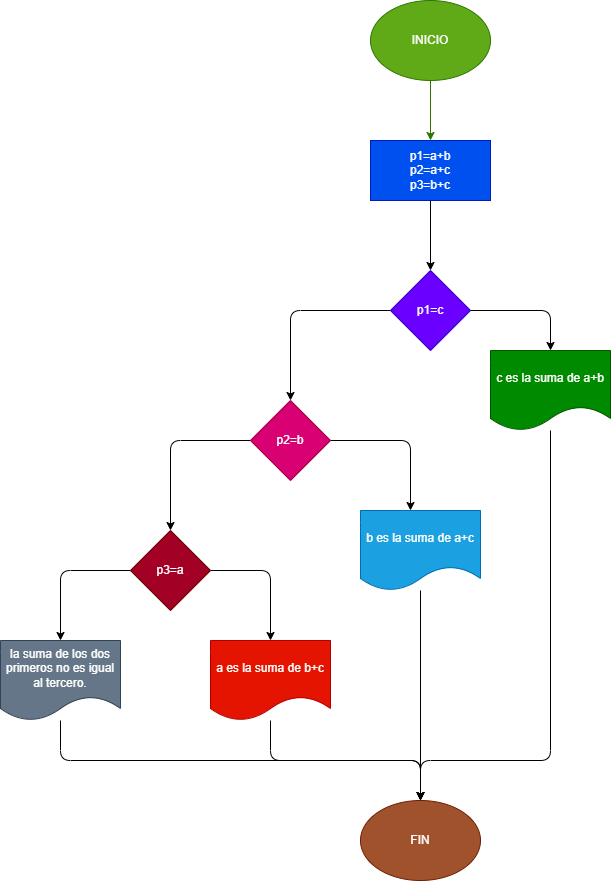
Above: ejercicio7/diagrama.png in lisethcorrea/taller_condicionales_ejercicios (draw.io), before the change. Source tidied: cells renumbered, new cells last; positions are measured from the earlier drawing's top-left corner, leaving out a move shared by most shapes.
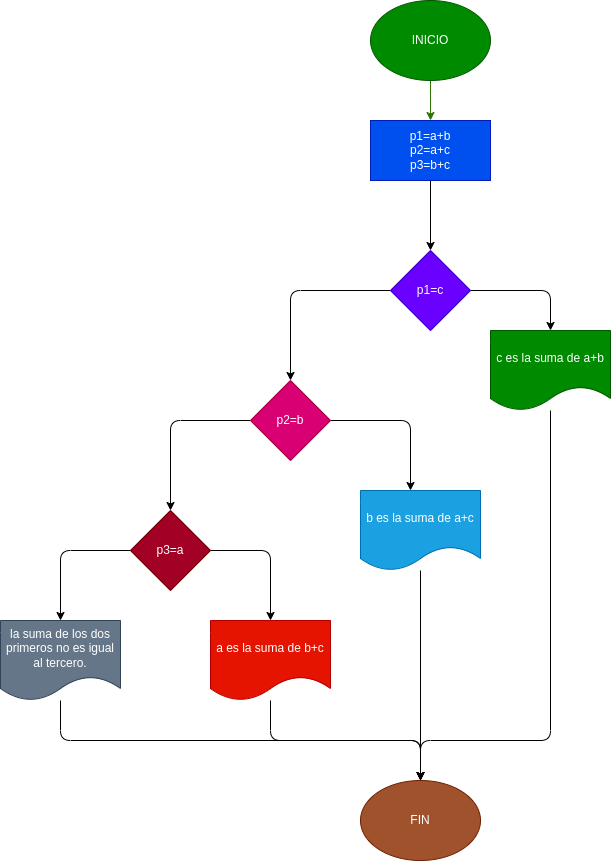
After the change.

The edit, as a diff of the source:
```diff
@@ -5,8 +5,8 @@
     <mxCell id="2" style="edgeStyle=none;html=1;fillColor=#60a917;strokeColor=#2D7600;" parent="1" edge="1" source="3" target="15">
       <mxGeometry relative="1" as="geometry" />
     </mxCell>
-    <mxCell id="3" value="INICIO" style="ellipse;whiteSpace=wrap;html=1;fillColor=#60a917;fontColor=#ffffff;strokeColor=#2D7600;" parent="1" vertex="1">
-      <mxGeometry x="370" width="120" height="80" as="geometry" />
+    <mxCell id="3" value="INICIO" style="ellipse;whiteSpace=wrap;html=1;fillColor=#008a00;fontColor=#ffffff;strokeColor=#005700;" parent="1" vertex="1">
+      <mxGeometry x="370" y="20" width="120" height="80" as="geometry" />
     </mxCell>
     <mxCell id="4" style="edgeStyle=none;html=1;entryX=0.5;entryY=0;entryDx=0;entryDy=0;" parent="1" edge="1" source="6">
       <mxGeometry relative="1" as="geometry">
```
